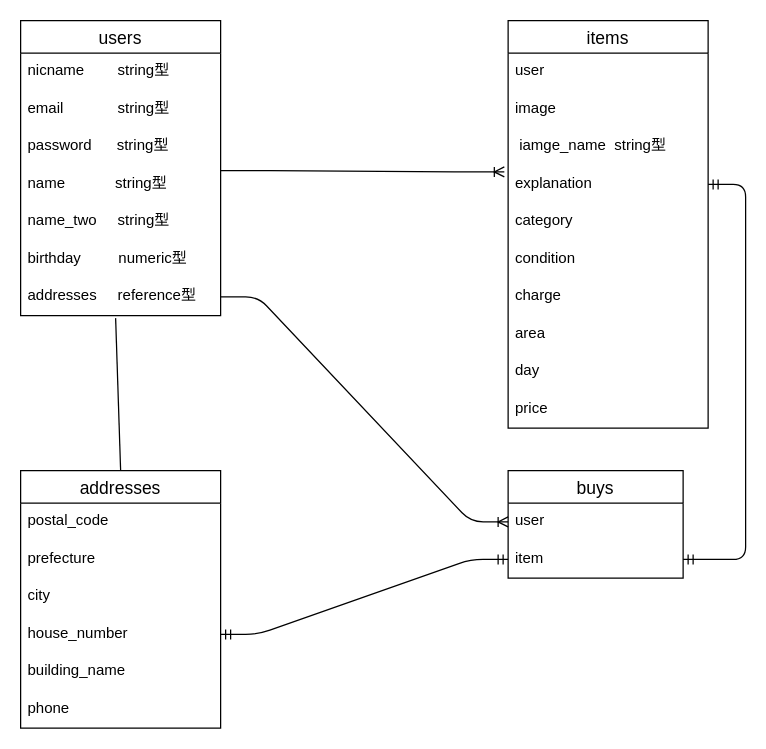
Earlier version of the draw.io diagram test.dio (kawahagi111/furima-32995). Source tidied: cells renumbered, new cells numbered last; positions are measured from the earlier drawing's top-left corner, leaving out a move shared by most shapes. Both pictures are drawn from the tidied source at 125%, with x=0, y=0 at pixel (20, 20).
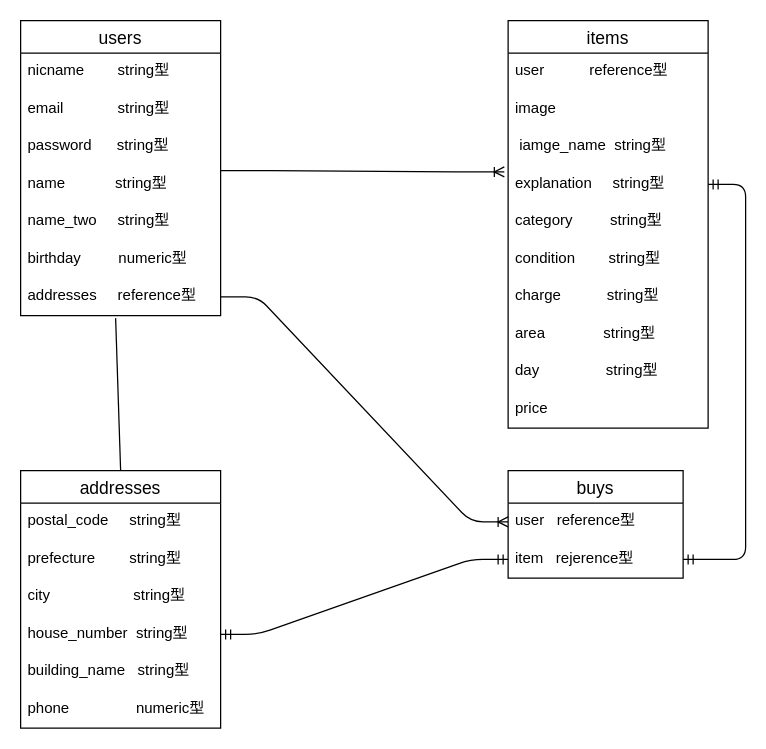
The same page after the edit.

Commit message (it also covers changes not shown here):
データベース設計2

The change refers to these unchanged cells:
```xml
<mxCell id="11" value="items" style="swimlane;fontStyle=0;horizontal=1;startSize=26;align=center;fontSize=14;" parent="1" vertex="1">
  <mxGeometry x="390" width="160" height="326" as="geometry" />
</mxCell>
<mxCell id="22" value="addresses" style="swimlane;fontStyle=0;horizontal=1;startSize=26;align=center;fontSize=14;" parent="1" vertex="1">
  <mxGeometry y="360" width="160" height="206" as="geometry" />
</mxCell>
<mxCell id="29" value="buys" style="swimlane;fontStyle=0;horizontal=1;startSize=26;align=center;fontSize=14;" parent="1" vertex="1">
  <mxGeometry x="390" y="360" width="140" height="86" as="geometry" />
</mxCell>
```

What changed in the source:
```diff
@@
-    <mxCell id="12" value="user" style="text;strokeColor=none;fillColor=none;spacingLeft=4;spacingRight=4;overflow=hidden;fontSize=12;" parent="11" vertex="1">
+    <mxCell id="12" value="user　　　reference型" style="text;strokeColor=none;fillColor=none;spacingLeft=4;spacingRight=4;overflow=hidden;fontSize=12;" parent="11" vertex="1">
       <mxGeometry y="26" width="160" height="30" as="geometry" />
     </mxCell>
@@
-    <mxCell id="15" value="explanation" style="text;strokeColor=none;fillColor=none;spacingLeft=4;spacingRight=4;overflow=hidden;points=[[0,0.5],[1,0.5]];portConstraint=eastwest;fontSize=12;" parent="11" vertex="1">
+    <mxCell id="15" value="explanation     string型" style="text;strokeColor=none;fillColor=none;spacingLeft=4;spacingRight=4;overflow=hidden;points=[[0,0.5],[1,0.5]];portConstraint=eastwest;fontSize=12;" parent="11" vertex="1">
       <mxGeometry y="116" width="160" height="30" as="geometry" />
     </mxCell>
-    <mxCell id="16" value="category" style="text;strokeColor=none;fillColor=none;spacingLeft=4;spacingRight=4;overflow=hidden;fontSize=12;" parent="11" vertex="1">
+    <mxCell id="16" value="category         string型" style="text;strokeColor=none;fillColor=none;spacingLeft=4;spacingRight=4;overflow=hidden;fontSize=12;" parent="11" vertex="1">
       <mxGeometry y="146" width="160" height="30" as="geometry" />
     </mxCell>
-    <mxCell id="17" value="condition" style="text;strokeColor=none;fillColor=none;spacingLeft=4;spacingRight=4;overflow=hidden;fontSize=12;" parent="11" vertex="1">
+    <mxCell id="17" value="condition        string型" style="text;strokeColor=none;fillColor=none;spacingLeft=4;spacingRight=4;overflow=hidden;fontSize=12;" parent="11" vertex="1">
       <mxGeometry y="176" width="160" height="30" as="geometry" />
     </mxCell>
-    <mxCell id="18" value="charge" style="text;strokeColor=none;fillColor=none;spacingLeft=4;spacingRight=4;overflow=hidden;fontSize=12;" parent="11" vertex="1">
+    <mxCell id="18" value="charge           string型" style="text;strokeColor=none;fillColor=none;spacingLeft=4;spacingRight=4;overflow=hidden;fontSize=12;" parent="11" vertex="1">
       <mxGeometry y="206" width="160" height="30" as="geometry" />
     </mxCell>
-    <mxCell id="19" value="area" style="text;strokeColor=none;fillColor=none;spacingLeft=4;spacingRight=4;overflow=hidden;fontSize=12;" parent="11" vertex="1">
+    <mxCell id="19" value="area              string型" style="text;strokeColor=none;fillColor=none;spacingLeft=4;spacingRight=4;overflow=hidden;fontSize=12;" parent="11" vertex="1">
       <mxGeometry y="236" width="160" height="30" as="geometry" />
     </mxCell>
-    <mxCell id="20" value="day" style="text;strokeColor=none;fillColor=none;spacingLeft=4;spacingRight=4;overflow=hidden;fontSize=12;" parent="11" vertex="1">
+    <mxCell id="20" value="day                string型" style="text;strokeColor=none;fillColor=none;spacingLeft=4;spacingRight=4;overflow=hidden;fontSize=12;" parent="11" vertex="1">
       <mxGeometry y="266" width="160" height="30" as="geometry" />
     </mxCell>
@@
-    <mxCell id="23" value="postal_code" style="text;strokeColor=none;fillColor=none;spacingLeft=4;spacingRight=4;overflow=hidden;fontSize=12;" parent="22" vertex="1">
+    <mxCell id="23" value="postal_code     string型" style="text;strokeColor=none;fillColor=none;spacingLeft=4;spacingRight=4;overflow=hidden;fontSize=12;" parent="22" vertex="1">
       <mxGeometry y="26" width="160" height="30" as="geometry" />
     </mxCell>
-    <mxCell id="24" value="prefecture" style="text;strokeColor=none;fillColor=none;spacingLeft=4;spacingRight=4;overflow=hidden;fontSize=12;" parent="22" vertex="1">
+    <mxCell id="24" value="prefecture　　 string型" style="text;strokeColor=none;fillColor=none;spacingLeft=4;spacingRight=4;overflow=hidden;fontSize=12;" parent="22" vertex="1">
       <mxGeometry y="56" width="160" height="30" as="geometry" />
     </mxCell>
-    <mxCell id="25" value="city" style="text;strokeColor=none;fillColor=none;spacingLeft=4;spacingRight=4;overflow=hidden;fontSize=12;" parent="22" vertex="1">
+    <mxCell id="25" value="city                    string型" style="text;strokeColor=none;fillColor=none;spacingLeft=4;spacingRight=4;overflow=hidden;fontSize=12;" parent="22" vertex="1">
       <mxGeometry y="86" width="160" height="30" as="geometry" />
     </mxCell>
-    <mxCell id="26" value="house_number" style="text;strokeColor=none;fillColor=none;spacingLeft=4;spacingRight=4;overflow=hidden;points=[[0,0.5],[1,0.5]];portConstraint=eastwest;fontSize=12;" parent="22" vertex="1">
+    <mxCell id="26" value="house_number  string型" style="text;strokeColor=none;fillColor=none;spacingLeft=4;spacingRight=4;overflow=hidden;points=[[0,0.5],[1,0.5]];portConstraint=eastwest;fontSize=12;" parent="22" vertex="1">
       <mxGeometry y="116" width="160" height="30" as="geometry" />
     </mxCell>
-    <mxCell id="27" value="building_name" style="text;strokeColor=none;fillColor=none;spacingLeft=4;spacingRight=4;overflow=hidden;fontSize=12;" parent="22" vertex="1">
+    <mxCell id="27" value="building_name   string型" style="text;strokeColor=none;fillColor=none;spacingLeft=4;spacingRight=4;overflow=hidden;fontSize=12;" parent="22" vertex="1">
       <mxGeometry y="146" width="160" height="30" as="geometry" />
     </mxCell>
-    <mxCell id="28" value="phone" style="text;strokeColor=none;fillColor=none;spacingLeft=4;spacingRight=4;overflow=hidden;fontSize=12;" parent="22" vertex="1">
+    <mxCell id="28" value="phone                numeric型" style="text;strokeColor=none;fillColor=none;spacingLeft=4;spacingRight=4;overflow=hidden;fontSize=12;" parent="22" vertex="1">
       <mxGeometry y="176" width="160" height="30" as="geometry" />
     </mxCell>
@@
-    <mxCell id="30" value="user" style="text;strokeColor=none;fillColor=none;spacingLeft=4;spacingRight=4;overflow=hidden;points=[[0,0.5],[1,0.5]];portConstraint=eastwest;fontSize=12;" parent="29" vertex="1">
+    <mxCell id="30" value="user   reference型" style="text;strokeColor=none;fillColor=none;spacingLeft=4;spacingRight=4;overflow=hidden;points=[[0,0.5],[1,0.5]];portConstraint=eastwest;fontSize=12;" parent="29" vertex="1">
       <mxGeometry y="26" width="140" height="30" as="geometry" />
     </mxCell>
-    <mxCell id="31" value="item" style="text;strokeColor=none;fillColor=none;spacingLeft=4;spacingRight=4;overflow=hidden;points=[[0,0.5],[1,0.5]];portConstraint=eastwest;fontSize=12;" parent="29" vertex="1">
+    <mxCell id="31" value="item   rejerence型" style="text;strokeColor=none;fillColor=none;spacingLeft=4;spacingRight=4;overflow=hidden;points=[[0,0.5],[1,0.5]];portConstraint=eastwest;fontSize=12;" parent="29" vertex="1">
       <mxGeometry y="56" width="140" height="30" as="geometry" />
     </mxCell>
```
